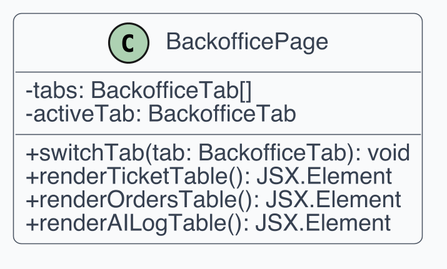
This is src/PB/Documentazione Esterna/Contenuti/componenti_specifiche_tecniche/assets/uml_frontend/04_backofficepage.png from swenightpro/Documentazione, a PlantUML export, as it was before one commit. The source it was exported from:
```plantuml
@startuml
!include _style.iuml
class BackofficePage {
  -tabs: BackofficeTab[]
  -activeTab: BackofficeTab
  +switchTab(tab: BackofficeTab): void
  +renderTicketTable(): JSX.Element
  +renderOrdersTable(): JSX.Element
  +renderAILogTable(): JSX.Element
}
@enduml
```
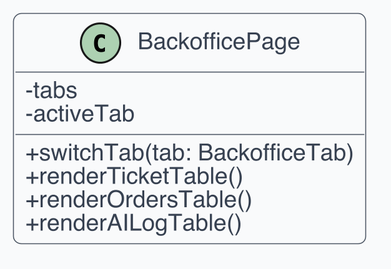
After the commit.

Diff of the diagram source:
```diff
@@ -1,11 +1,27 @@
 @startuml
-!include _style.iuml
-class BackofficePage {
-  -tabs: BackofficeTab[]
-  -activeTab: BackofficeTab
-  +switchTab(tab: BackofficeTab): void
-  +renderTicketTable(): JSX.Element
-  +renderOrdersTable(): JSX.Element
-  +renderAILogTable(): JSX.Element
+skinparam dpi 300
+skinparam shadowing false
+skinparam backgroundColor White
+skinparam defaultFontName Helvetica
+skinparam defaultFontSize 12
+skinparam ArrowColor #4B5563
+skinparam ArrowThickness 1
+skinparam roundcorner 8
+skinparam class {
+  BackgroundColor #F9FAFB
+  BorderColor #4B5563
+  FontColor #111827
+  AttributeFontColor #374151
+  StereotypeFontColor #6B7280
+}
+skinparam classAttributeIconSize 0
+
+class "BackofficePage" as C1 {
+  - tabs
+  - activeTab
+  + switchTab(tab: BackofficeTab)
+  + renderTicketTable()
+  + renderOrdersTable()
+  + renderAILogTable()
 }
 @enduml
```
